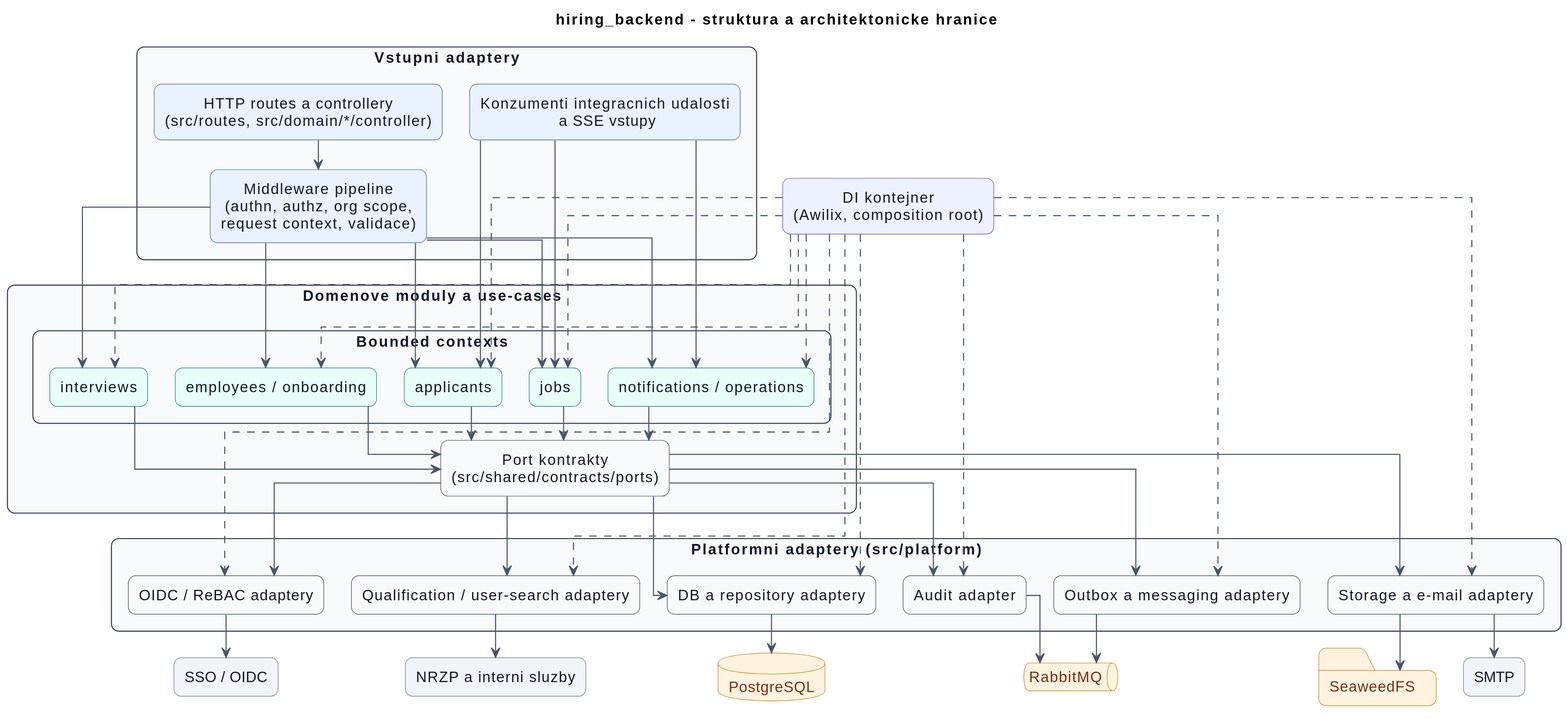
Above: procesy/architecture/backend-structure.svg in pavelvachaaa/diploma-thesis (PlantUML), before the change. Source of this version:
```plantuml
@startuml
top to bottom direction
hide stereotype

skinparam backgroundColor transparent
skinparam shadowing false
skinparam linetype ortho
skinparam packageStyle rectangle
skinparam defaultFontName Arial
skinparam defaultTextAlignment center
skinparam dpi 160
skinparam ranksep 28
skinparam nodesep 26
skinparam ArrowColor #475569
skinparam ArrowThickness 1.0
skinparam RoundCorner 14

skinparam rectangle {
  BackgroundColor #F8FAFC
  BorderColor #334155
  FontColor #0F172A
}

skinparam rectangle<<frontend>> {
  BackgroundColor #EAF2FF
  BorderColor #2B5AA6
}

skinparam rectangle<<service>> {
  BackgroundColor #E8FFF8
  BorderColor #0F766E
}

skinparam rectangle<<external>> {
  BackgroundColor #F1F5F9
  BorderColor #64748B
}

skinparam rectangle<<obs>> {
  BackgroundColor #EEF2FF
  BorderColor #4F46E5
}

skinparam database {
  BackgroundColor #FFF3E0
  BorderColor #C97A10
  FontColor #7C2D12
}

skinparam folder {
  BackgroundColor #FFF3E0
  BorderColor #C97A10
  FontColor #7C2D12
}

skinparam queue {
  BackgroundColor #FFF3E0
  BorderColor #C97A10
  FontColor #7C2D12
}

title hiring_backend - struktura a architektonicke hranice

package "Vstupni adaptery" {
  rectangle "HTTP routes a controllery\n(src/routes, src/domain/*/controller)" <<frontend>> as ROUTES
  rectangle "Middleware pipeline\n(authn, authz, org scope,\nrequest context, validace)" <<frontend>> as MW
  rectangle "Konzumenti integracnich udalosti\n a SSE vstupy" <<frontend>> as CONSUMERS
}

package "Domenove moduly a use-cases" {
  package "Bounded contexts" {
    rectangle "applicants" <<service>> as M_APP
    rectangle "jobs" <<service>> as M_JOBS
    rectangle "interviews" <<service>> as M_INT
    rectangle "employees / onboarding" <<service>> as M_EMP
    rectangle "notifications / operations" <<service>> as M_OTHER
  }

  rectangle "Port kontrakty\n(src/shared/contracts/ports)" as PORTS
}

package "Platformni adaptery (src/platform)" {
  rectangle "DB a repository adaptery" as ADB
  rectangle "Outbox a messaging adaptery" as AOUTBOX
  rectangle "Storage a e-mail adaptery" as ASTORAGE
  rectangle "OIDC / ReBAC adaptery" as ASEC
  rectangle "Qualification / user-search adaptery" as AINT
  rectangle "Audit adapter" as AAUDIT
}

rectangle "DI kontejner\n(Awilix, composition root)" <<obs>> as DI

database "PostgreSQL" as DB
folder "SeaweedFS" as S3
queue "RabbitMQ" as MQ
rectangle "SSO / OIDC" <<external>> as SSO
rectangle "NRZP a interni sluzby" <<external>> as EXT
rectangle "SMTP" <<external>> as SMTP

ROUTES --> MW
MW --> M_APP
MW --> M_JOBS
MW --> M_INT
MW --> M_EMP
MW --> M_OTHER
CONSUMERS --> M_APP
CONSUMERS --> M_JOBS
CONSUMERS --> M_OTHER

M_APP --> PORTS
M_JOBS --> PORTS
M_INT --> PORTS
M_EMP --> PORTS
M_OTHER --> PORTS

PORTS --> ADB
PORTS --> AOUTBOX
PORTS --> ASTORAGE
PORTS --> ASEC
PORTS --> AINT
PORTS --> AAUDIT

ADB --> DB
AOUTBOX --> MQ
ASTORAGE --> S3
ASTORAGE --> SMTP
ASEC --> SSO
AINT --> EXT
AAUDIT --> MQ

DI ..> M_APP
DI ..> M_JOBS
DI ..> M_INT
DI ..> M_EMP
DI ..> M_OTHER
DI ..> ADB
DI ..> AOUTBOX
DI ..> ASTORAGE
DI ..> ASEC
DI ..> AINT
DI ..> AAUDIT

M_APP -[hidden]right-> M_JOBS
M_JOBS -[hidden]right-> M_INT
M_INT -[hidden]right-> M_EMP
M_EMP -[hidden]right-> M_OTHER
ADB -[hidden]right-> AOUTBOX
AOUTBOX -[hidden]right-> ASTORAGE
ASTORAGE -[hidden]right-> ASEC
ASEC -[hidden]right-> AINT
AINT -[hidden]right-> AAUDIT
@enduml
```
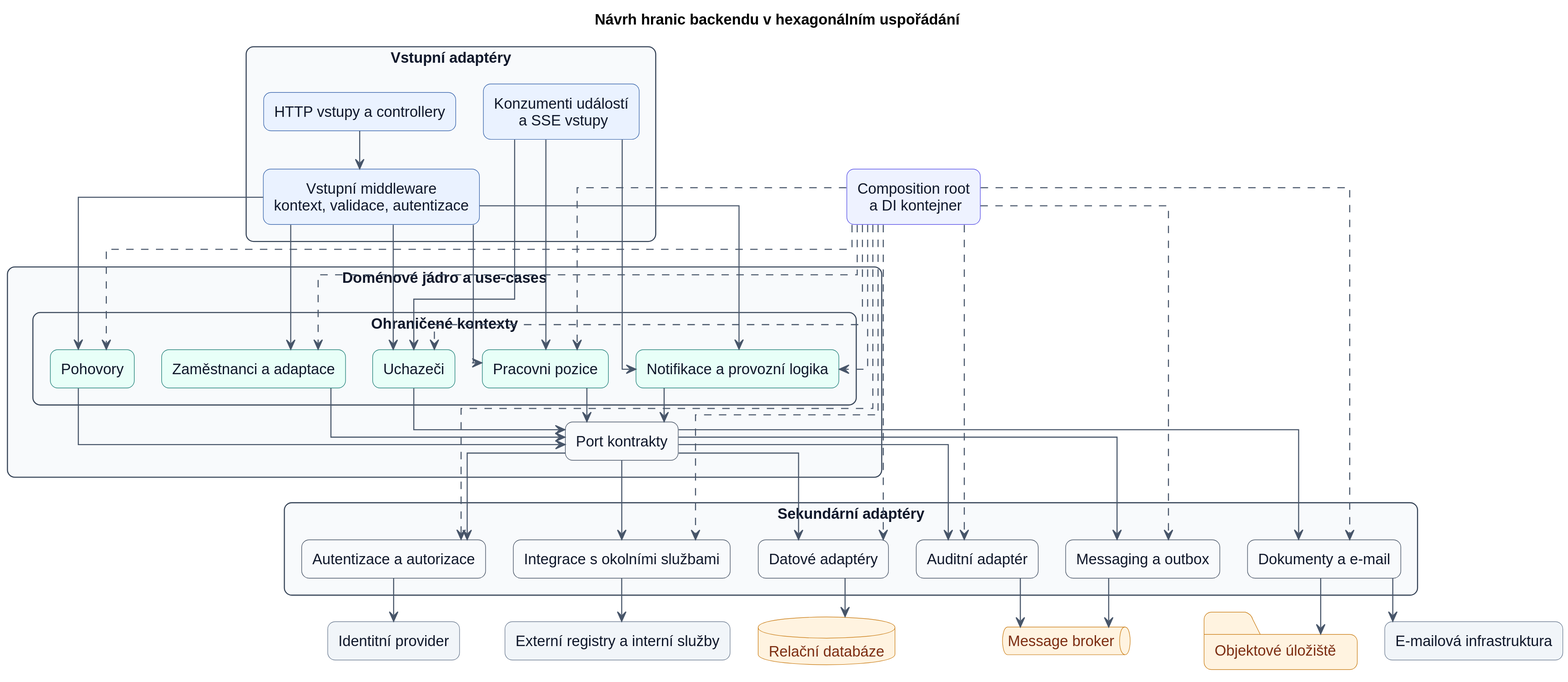
After the commit.

Diff of the diagram source:
```diff
@@ -59,43 +59,43 @@
   FontColor #7C2D12
 }
 
-title hiring_backend - struktura a architektonicke hranice
+title Návrh hranic backendu v hexagonálním uspořádání
 
-package "Vstupni adaptery" {
-  rectangle "HTTP routes a controllery\n(src/routes, src/domain/*/controller)" <<frontend>> as ROUTES
-  rectangle "Middleware pipeline\n(authn, authz, org scope,\nrequest context, validace)" <<frontend>> as MW
-  rectangle "Konzumenti integracnich udalosti\n a SSE vstupy" <<frontend>> as CONSUMERS
+package "Vstupní adaptéry" {
+  rectangle "HTTP vstupy a controllery" <<frontend>> as ROUTES
+  rectangle "Vstupní middleware\nkontext, validace, autentizace" <<frontend>> as MW
+  rectangle "Konzumenti událostí\n a SSE vstupy" <<frontend>> as CONSUMERS
 }
 
-package "Domenove moduly a use-cases" {
-  package "Bounded contexts" {
-    rectangle "applicants" <<service>> as M_APP
-    rectangle "jobs" <<service>> as M_JOBS
-    rectangle "interviews" <<service>> as M_INT
-    rectangle "employees / onboarding" <<service>> as M_EMP
-    rectangle "notifications / operations" <<service>> as M_OTHER
+package "Doménové jádro a use-cases" {
+  package "Ohraničené kontexty" {
+    rectangle "Uchazeči" <<service>> as M_APP
+    rectangle "Pracovni pozice" <<service>> as M_JOBS
+    rectangle "Pohovory" <<service>> as M_INT
+    rectangle "Zaměstnanci a adaptace" <<service>> as M_EMP
+    rectangle "Notifikace a provozní logika" <<service>> as M_OTHER
   }
 
-  rectangle "Port kontrakty\n(src/shared/contracts/ports)" as PORTS
+  rectangle "Port kontrakty" as PORTS
 }
 
-package "Platformni adaptery (src/platform)" {
-  rectangle "DB a repository adaptery" as ADB
-  rectangle "Outbox a messaging adaptery" as AOUTBOX
-  rectangle "Storage a e-mail adaptery" as ASTORAGE
-  rectangle "OIDC / ReBAC adaptery" as ASEC
-  rectangle "Qualification / user-search adaptery" as AINT
-  rectangle "Audit adapter" as AAUDIT
+package "Sekundární adaptéry" {
+  rectangle "Datové adaptéry" as ADB
+  rectangle "Messaging a outbox" as AOUTBOX
+  rectangle "Dokumenty a e-mail" as ASTORAGE
+  rectangle "Autentizace a autorizace" as ASEC
+  rectangle "Integrace s okolními službami" as AINT
+  rectangle "Auditní adaptér" as AAUDIT
 }
 
-rectangle "DI kontejner\n(Awilix, composition root)" <<obs>> as DI
+rectangle "Composition root\n a DI kontejner" <<obs>> as DI
 
-database "PostgreSQL" as DB
-folder "SeaweedFS" as S3
-queue "RabbitMQ" as MQ
-rectangle "SSO / OIDC" <<external>> as SSO
-rectangle "NRZP a interni sluzby" <<external>> as EXT
-rectangle "SMTP" <<external>> as SMTP
+database "Relační databáze" as DB
+folder "Objektové úložiště" as S3
+queue "Message broker" as MQ
+rectangle "Identitní provider" <<external>> as SSO
+rectangle "Externí registry a interní služby" <<external>> as EXT
+rectangle "E-mailová infrastruktura" <<external>> as SMTP
 
 ROUTES --> MW
 MW --> M_APP
```
